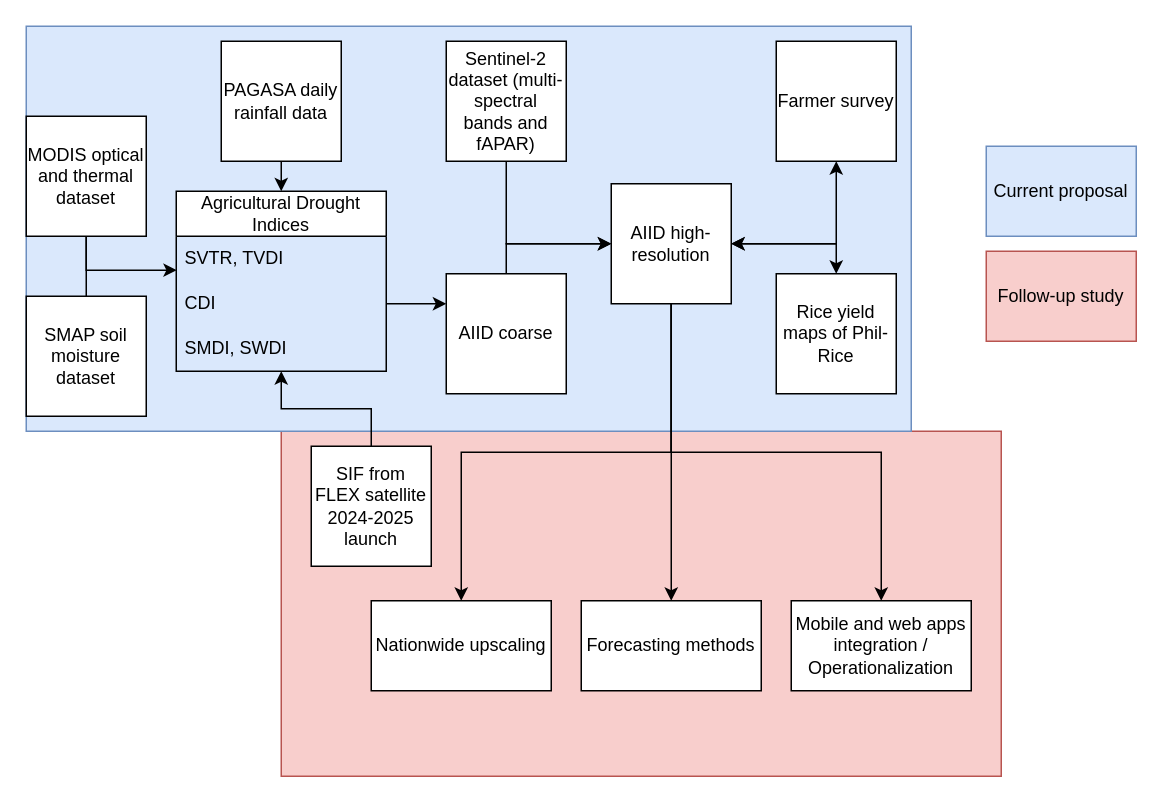
This is sfrt.drawio from arnanaraza/diagrams, a draw.io file, before an edit. Source tidied: cells renumbered, new cells numbered last; positions are measured from the earlier drawing's top-left corner, leaving out a move shared by most shapes. Both pictures are drawn from the tidied source at 150%, with x=0, y=0 at pixel (26, 26).
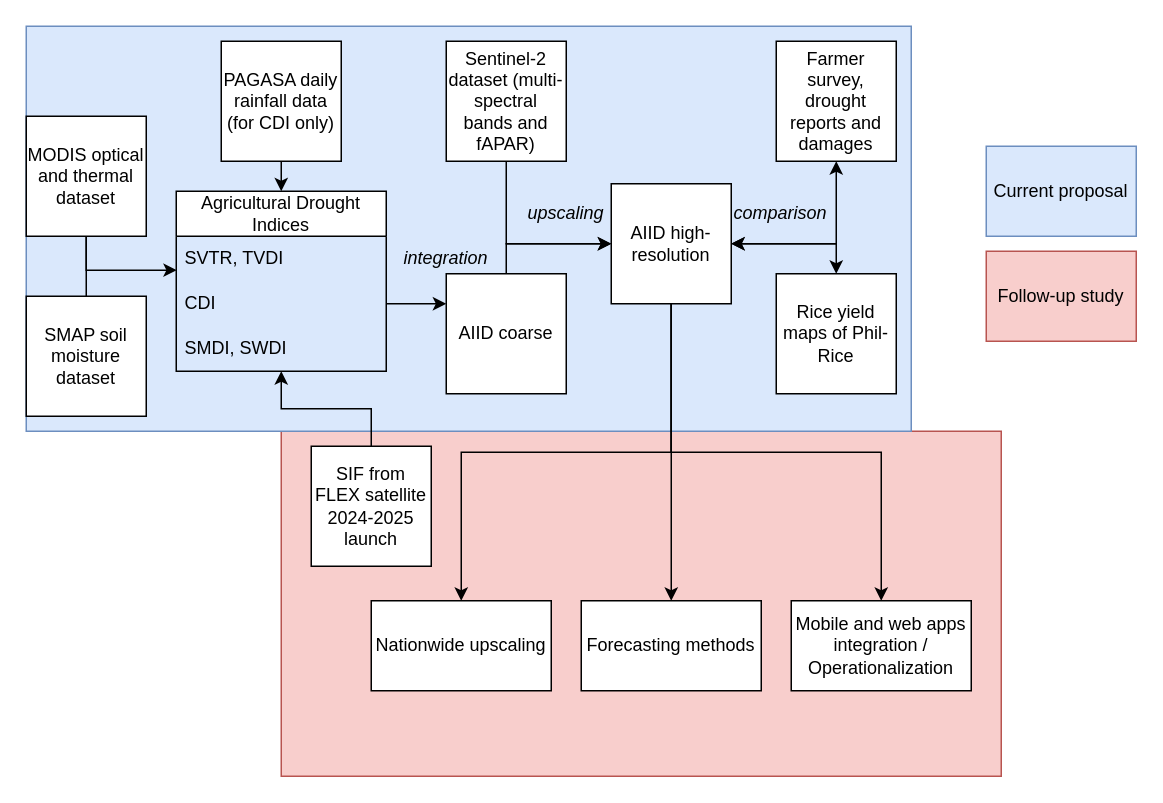
After the change.

What changed in the source:
```diff
@@
-    <mxCell id="13" value="PAGASA daily rainfall data" style="whiteSpace=wrap;html=1;" parent="1" vertex="1">
+    <mxCell id="13" value="PAGASA daily rainfall data (for CDI only)" style="whiteSpace=wrap;html=1;" parent="1" vertex="1">
       <mxGeometry x="130" y="10" width="80" height="80" as="geometry" />
     </mxCell>
@@
-    <mxCell id="18" value="Farmer survey" style="whiteSpace=wrap;html=1;" parent="1" vertex="1">
+    <mxCell id="18" value="Farmer survey, drought reports and damages" style="whiteSpace=wrap;html=1;" parent="1" vertex="1">
       <mxGeometry x="500" y="10" width="80" height="80" as="geometry" />
     </mxCell>
@@
+    <mxCell id="34" value="&lt;i&gt;comparison&lt;/i&gt;" style="text;html=1;strokeColor=none;fillColor=none;align=center;verticalAlign=middle;whiteSpace=wrap;rounded=0;" parent="1" vertex="1">
+      <mxGeometry x="473" y="110" width="60" height="30" as="geometry" />
+    </mxCell>
+    <mxCell id="35" value="&lt;i&gt;upscaling&lt;/i&gt;" style="text;html=1;strokeColor=none;fillColor=none;align=center;verticalAlign=middle;whiteSpace=wrap;rounded=0;" parent="1" vertex="1">
+      <mxGeometry x="330" y="110" width="60" height="30" as="geometry" />
+    </mxCell>
+    <mxCell id="36" value="&lt;i&gt;integration&lt;/i&gt;" style="text;html=1;strokeColor=none;fillColor=none;align=center;verticalAlign=middle;whiteSpace=wrap;rounded=0;" parent="1" vertex="1">
+      <mxGeometry x="250" y="140" width="60" height="30" as="geometry" />
+    </mxCell>
```
